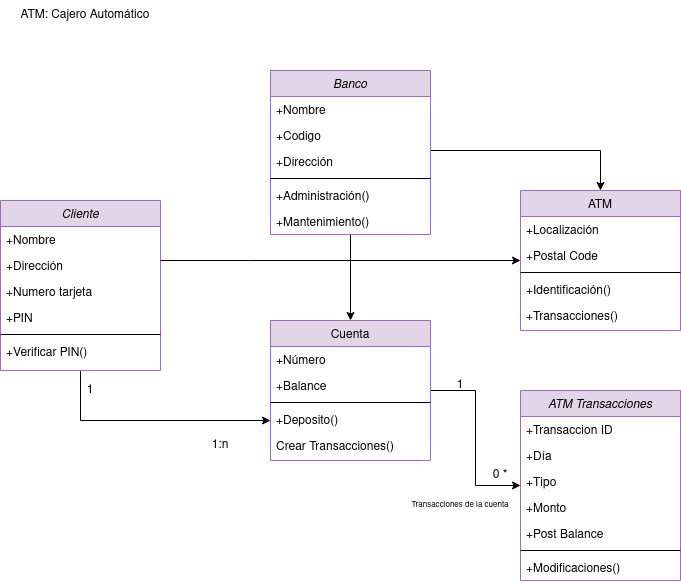
nicholelouis/ETS keeps this draw.io diagram as diagramas/cajero_automatico.png. Above is the earlier version. Source tidied: cells renumbered, new cells last; positions are measured from the earlier drawing's top-left corner, leaving out a move shared by most shapes.
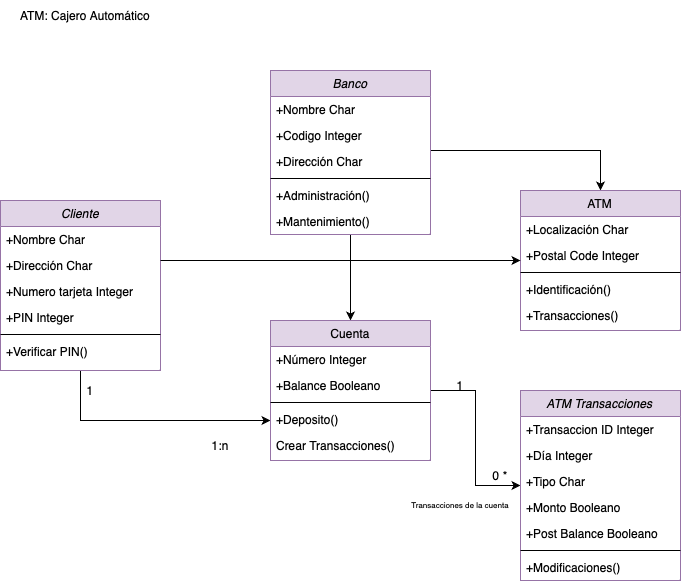
After the change.

What changed in the source:
```diff
@@ -15,13 +15,13 @@
     <mxCell id="4" value="Banco" style="swimlane;fontStyle=2;align=center;verticalAlign=top;horizontal=1;startSize=26;rounded=0;shadow=0;strokeWidth=1;fillColor=#e1d5e7;strokeColor=#9673a6;" parent="1" vertex="1">
       <mxGeometry x="270" y="70" width="160" height="164" as="geometry" />
     </mxCell>
-    <mxCell id="5" value="+Nombre" style="text;align=left;verticalAlign=top;spacingLeft=4;spacingRight=4;overflow=hidden;" parent="4" vertex="1">
+    <mxCell id="5" value="+Nombre Char" style="text;align=left;verticalAlign=top;spacingLeft=4;spacingRight=4;overflow=hidden;" parent="4" vertex="1">
       <mxGeometry y="26" width="160" height="26" as="geometry" />
     </mxCell>
-    <mxCell id="6" value="+Codigo" style="text;align=left;verticalAlign=top;spacingLeft=4;spacingRight=4;overflow=hidden;rounded=0;shadow=0;html=0;" parent="4" vertex="1">
+    <mxCell id="6" value="+Codigo Integer" style="text;align=left;verticalAlign=top;spacingLeft=4;spacingRight=4;overflow=hidden;rounded=0;shadow=0;html=0;" parent="4" vertex="1">
       <mxGeometry y="52" width="160" height="26" as="geometry" />
     </mxCell>
-    <mxCell id="7" value="+Dirección" style="text;align=left;verticalAlign=top;spacingLeft=4;spacingRight=4;overflow=hidden;rounded=0;shadow=0;html=0;" parent="4" vertex="1">
+    <mxCell id="7" value="+Dirección Char" style="text;align=left;verticalAlign=top;spacingLeft=4;spacingRight=4;overflow=hidden;rounded=0;shadow=0;html=0;" parent="4" vertex="1">
       <mxGeometry y="78" width="160" height="26" as="geometry" />
     </mxCell>
     <mxCell id="8" style="line;html=1;strokeWidth=1;align=left;verticalAlign=middle;spacingTop=-1;spacingLeft=3;spacingRight=3;labelPosition=right;" parent="4" vertex="1">
@@ -36,10 +36,10 @@
     <mxCell id="11" value="ATM" style="swimlane;fontStyle=0;align=center;verticalAlign=top;horizontal=1;startSize=26;rounded=0;shadow=0;strokeWidth=1;fillColor=#e1d5e7;strokeColor=#9673a6;" parent="1" vertex="1">
       <mxGeometry x="520" y="190" width="160" height="140" as="geometry" />
     </mxCell>
-    <mxCell id="12" value="+Localización" style="text;align=left;verticalAlign=top;spacingLeft=4;spacingRight=4;overflow=hidden;" parent="11" vertex="1">
+    <mxCell id="12" value="+Localización Char" style="text;align=left;verticalAlign=top;spacingLeft=4;spacingRight=4;overflow=hidden;" parent="11" vertex="1">
       <mxGeometry y="26" width="160" height="26" as="geometry" />
     </mxCell>
-    <mxCell id="13" value="+Postal Code" style="text;align=left;verticalAlign=top;spacingLeft=4;spacingRight=4;overflow=hidden;rounded=0;shadow=0;html=0;" parent="11" vertex="1">
+    <mxCell id="13" value="+Postal Code Integer" style="text;align=left;verticalAlign=top;spacingLeft=4;spacingRight=4;overflow=hidden;rounded=0;shadow=0;html=0;" parent="11" vertex="1">
       <mxGeometry y="52" width="160" height="26" as="geometry" />
     </mxCell>
     <mxCell id="14" style="line;html=1;strokeWidth=1;align=left;verticalAlign=middle;spacingTop=-1;spacingLeft=3;spacingRight=3;labelPosition=right;" parent="11" vertex="1">
@@ -61,16 +61,16 @@
     <mxCell id="18" value="Cliente" style="swimlane;fontStyle=2;align=center;verticalAlign=top;horizontal=1;startSize=26;rounded=0;shadow=0;strokeWidth=1;fillColor=#e1d5e7;strokeColor=#9673a6;" parent="1" vertex="1">
       <mxGeometry y="200" width="160" height="170" as="geometry" />
     </mxCell>
-    <mxCell id="19" value="+Nombre" style="text;align=left;verticalAlign=top;spacingLeft=4;spacingRight=4;overflow=hidden;" parent="18" vertex="1">
+    <mxCell id="19" value="+Nombre Char" style="text;align=left;verticalAlign=top;spacingLeft=4;spacingRight=4;overflow=hidden;" parent="18" vertex="1">
       <mxGeometry y="26" width="160" height="26" as="geometry" />
     </mxCell>
-    <mxCell id="20" value="+Dirección" style="text;align=left;verticalAlign=top;spacingLeft=4;spacingRight=4;overflow=hidden;points=[[0,0.5],[1,0.5]];portConstraint=eastwest;rounded=0;shadow=0;html=0;" parent="18" vertex="1">
+    <mxCell id="20" value="+Dirección Char" style="text;align=left;verticalAlign=top;spacingLeft=4;spacingRight=4;overflow=hidden;points=[[0,0.5],[1,0.5]];portConstraint=eastwest;rounded=0;shadow=0;html=0;" parent="18" vertex="1">
       <mxGeometry y="52" width="160" height="26" as="geometry" />
     </mxCell>
-    <mxCell id="21" value="+Numero tarjeta" style="text;align=left;verticalAlign=top;spacingLeft=4;spacingRight=4;overflow=hidden;rounded=0;shadow=0;html=0;" parent="18" vertex="1">
+    <mxCell id="21" value="+Numero tarjeta Integer" style="text;align=left;verticalAlign=top;spacingLeft=4;spacingRight=4;overflow=hidden;rounded=0;shadow=0;html=0;" parent="18" vertex="1">
       <mxGeometry y="78" width="160" height="26" as="geometry" />
     </mxCell>
-    <mxCell id="22" value="+PIN" style="text;align=left;verticalAlign=top;spacingLeft=4;spacingRight=4;overflow=hidden;rounded=0;shadow=0;html=0;" parent="18" vertex="1">
+    <mxCell id="22" value="+PIN Integer" style="text;align=left;verticalAlign=top;spacingLeft=4;spacingRight=4;overflow=hidden;rounded=0;shadow=0;html=0;" parent="18" vertex="1">
       <mxGeometry y="104" width="160" height="26" as="geometry" />
     </mxCell>
     <mxCell id="23" style="line;html=1;strokeWidth=1;align=left;verticalAlign=middle;spacingTop=-1;spacingLeft=3;spacingRight=3;labelPosition=right;" parent="18" vertex="1">
@@ -93,10 +93,10 @@
     <mxCell id="27" value="Cuenta" style="swimlane;fontStyle=0;align=center;verticalAlign=top;horizontal=1;startSize=26;rounded=0;shadow=0;strokeWidth=1;fillColor=#e1d5e7;strokeColor=#9673a6;" parent="1" vertex="1">
       <mxGeometry x="270" y="320" width="160" height="140" as="geometry" />
     </mxCell>
-    <mxCell id="28" value="+Número" style="text;align=left;verticalAlign=top;spacingLeft=4;spacingRight=4;overflow=hidden;" parent="27" vertex="1">
+    <mxCell id="28" value="+Número Integer" style="text;align=left;verticalAlign=top;spacingLeft=4;spacingRight=4;overflow=hidden;" parent="27" vertex="1">
       <mxGeometry y="26" width="160" height="26" as="geometry" />
     </mxCell>
-    <mxCell id="29" value="+Balance" style="text;align=left;verticalAlign=top;spacingLeft=4;spacingRight=4;overflow=hidden;rounded=0;shadow=0;html=0;" parent="27" vertex="1">
+    <mxCell id="29" value="+Balance Booleano" style="text;align=left;verticalAlign=top;spacingLeft=4;spacingRight=4;overflow=hidden;rounded=0;shadow=0;html=0;" parent="27" vertex="1">
       <mxGeometry y="52" width="160" height="26" as="geometry" />
     </mxCell>
     <mxCell id="30" style="line;html=1;strokeWidth=1;align=left;verticalAlign=middle;spacingTop=-1;spacingLeft=3;spacingRight=3;labelPosition=right;" parent="27" vertex="1">
@@ -117,19 +117,19 @@
     <mxCell id="35" value="ATM Transacciones" style="swimlane;fontStyle=2;align=center;verticalAlign=top;horizontal=1;startSize=26;rounded=0;shadow=0;strokeWidth=1;fillColor=#e1d5e7;strokeColor=#9673a6;" parent="1" vertex="1">
       <mxGeometry x="520" y="390" width="160" height="190" as="geometry" />
     </mxCell>
-    <mxCell id="36" value="+Transaccion ID" style="text;align=left;verticalAlign=top;spacingLeft=4;spacingRight=4;overflow=hidden;" parent="35" vertex="1">
+    <mxCell id="36" value="+Transaccion ID Integer" style="text;align=left;verticalAlign=top;spacingLeft=4;spacingRight=4;overflow=hidden;" parent="35" vertex="1">
       <mxGeometry y="26" width="160" height="26" as="geometry" />
     </mxCell>
-    <mxCell id="37" value="+Día" style="text;align=left;verticalAlign=top;spacingLeft=4;spacingRight=4;overflow=hidden;rounded=0;shadow=0;html=0;" parent="35" vertex="1">
+    <mxCell id="37" value="+Día Integer" style="text;align=left;verticalAlign=top;spacingLeft=4;spacingRight=4;overflow=hidden;rounded=0;shadow=0;html=0;" parent="35" vertex="1">
       <mxGeometry y="52" width="160" height="26" as="geometry" />
     </mxCell>
-    <mxCell id="38" value="+Tipo" style="text;align=left;verticalAlign=top;spacingLeft=4;spacingRight=4;overflow=hidden;rounded=0;shadow=0;html=0;" parent="35" vertex="1">
+    <mxCell id="38" value="+Tipo Char" style="text;align=left;verticalAlign=top;spacingLeft=4;spacingRight=4;overflow=hidden;rounded=0;shadow=0;html=0;" parent="35" vertex="1">
       <mxGeometry y="78" width="160" height="26" as="geometry" />
     </mxCell>
-    <mxCell id="39" value="+Monto" style="text;align=left;verticalAlign=top;spacingLeft=4;spacingRight=4;overflow=hidden;rounded=0;shadow=0;html=0;" parent="35" vertex="1">
+    <mxCell id="39" value="+Monto Booleano" style="text;align=left;verticalAlign=top;spacingLeft=4;spacingRight=4;overflow=hidden;rounded=0;shadow=0;html=0;" parent="35" vertex="1">
       <mxGeometry y="104" width="160" height="26" as="geometry" />
     </mxCell>
-    <mxCell id="40" value="+Post Balance " style="text;align=left;verticalAlign=top;spacingLeft=4;spacingRight=4;overflow=hidden;rounded=0;shadow=0;html=0;" parent="35" vertex="1">
+    <mxCell id="40" value="+Post Balance Booleano" style="text;align=left;verticalAlign=top;spacingLeft=4;spacingRight=4;overflow=hidden;rounded=0;shadow=0;html=0;" parent="35" vertex="1">
       <mxGeometry y="130" width="160" height="26" as="geometry" />
     </mxCell>
     <mxCell id="41" style="line;html=1;strokeWidth=1;align=left;verticalAlign=middle;spacingTop=-1;spacingLeft=3;spacingRight=3;labelPosition=right;" parent="35" vertex="1">
```
